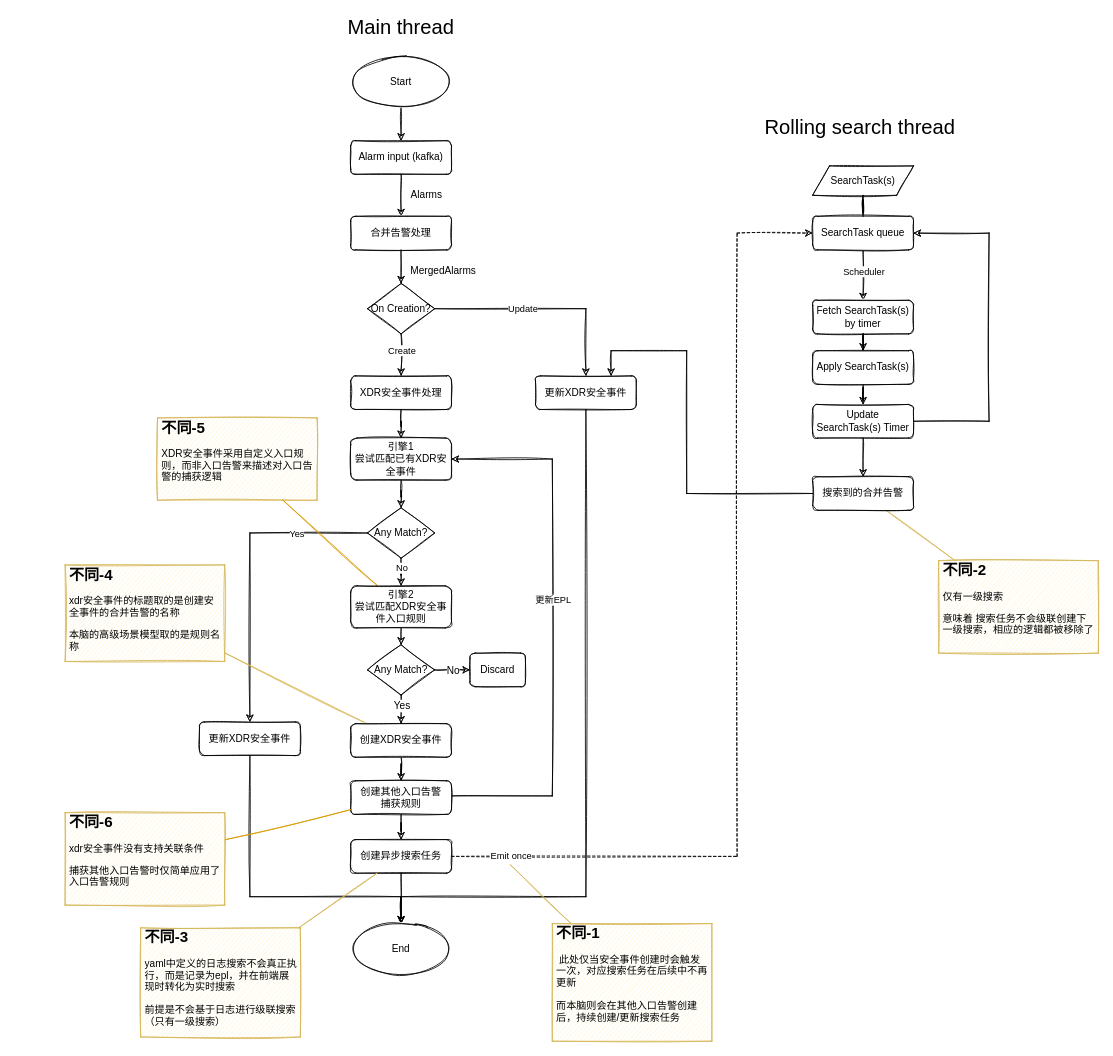
Before: XDR-Incident-Flow.drawio in popvlovs/popvlovs-repository, a draw.io diagram. Source tidied: cells renumbered, new cells numbered last; positions are measured from the earlier drawing's top-left corner, leaving out a move shared by most shapes. Both pictures are drawn from the tidied source at 84%, with x=0, y=0 at pixel (65, 14).
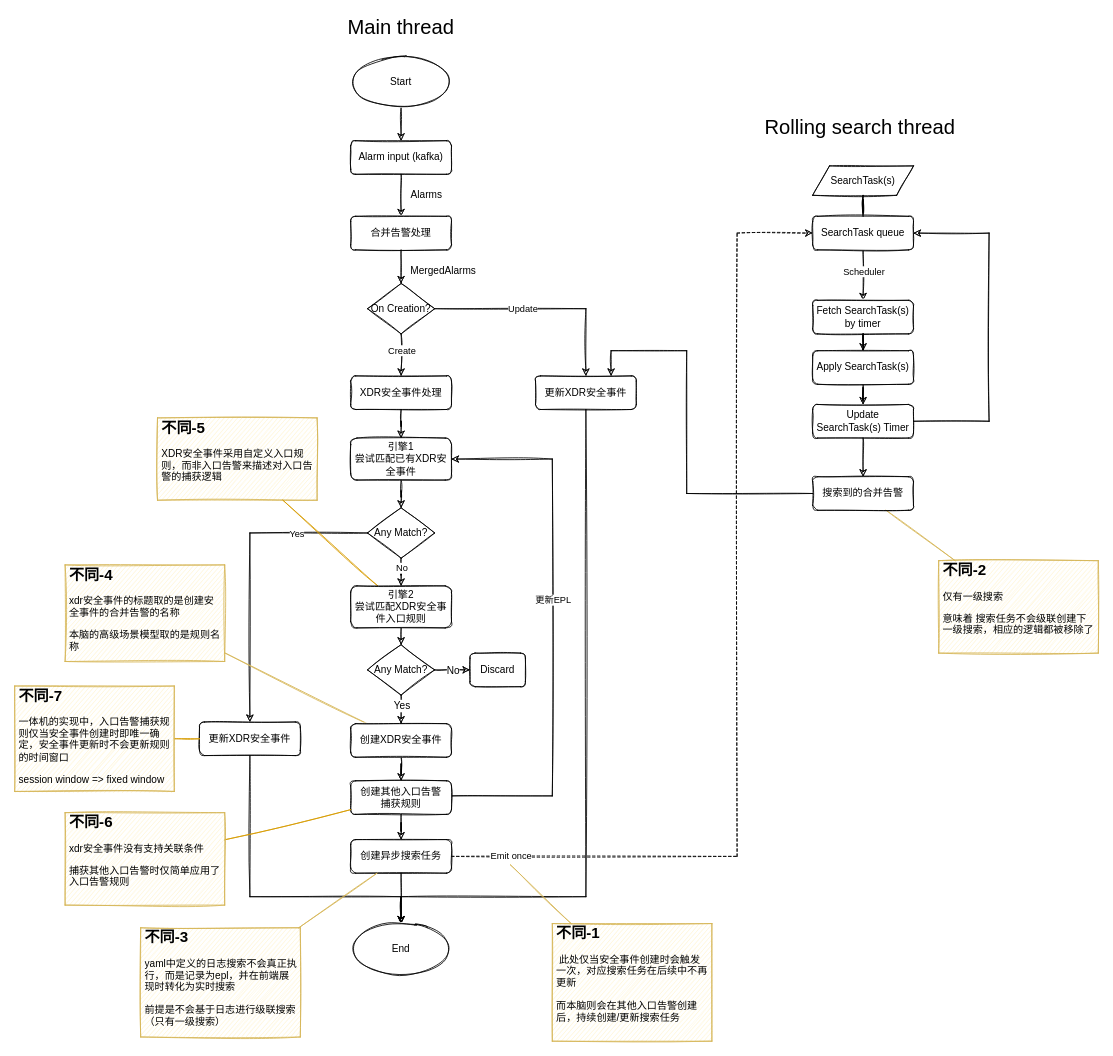
The same diagram, later.

Unchanged cells that the change refers to:
```xml
<mxCell id="28" value="更新XDR安全事件" style="rounded=1;whiteSpace=wrap;html=1;fontSize=12;glass=0;strokeWidth=1;shadow=0;sketch=1;" parent="1" vertex="1">
  <mxGeometry x="160" y="842" width="120" height="40" as="geometry" />
</mxCell>
```

Diff of the diagram source:
```diff
@@
+    <mxCell id="76" style="rounded=0;jettySize=auto;html=1;entryX=0;entryY=0.5;entryDx=0;entryDy=0;fillColor=#ffe6cc;strokeColor=#d79b00;endArrow=none;endFill=0;sketch=1;" parent="1" edge="1" source="77" target="28">
+      <mxGeometry relative="1" as="geometry" />
+    </mxCell>
+    <mxCell id="77" value="&lt;h1 style=&quot;font-size: 18px;&quot;&gt;&lt;font style=&quot;font-size: 18px;&quot;&gt;不同-7&lt;/font&gt;&lt;/h1&gt;&lt;p style=&quot;&quot;&gt;一体机的实现中，入口告警捕获规则仅当安全事件创建时即唯一确定，安全事件更新时不会更新规则的时间窗口&lt;/p&gt;&lt;p style=&quot;&quot;&gt;session window =&amp;gt; fixed window&lt;/p&gt;" style="text;html=1;strokeColor=#d6b656;fillColor=#fff2cc;spacing=5;spacingTop=-20;whiteSpace=wrap;overflow=hidden;rounded=0;sketch=1;" parent="1" vertex="1">
+      <mxGeometry x="-60" y="799.2" width="190" height="125.5" as="geometry" />
+    </mxCell>
```
